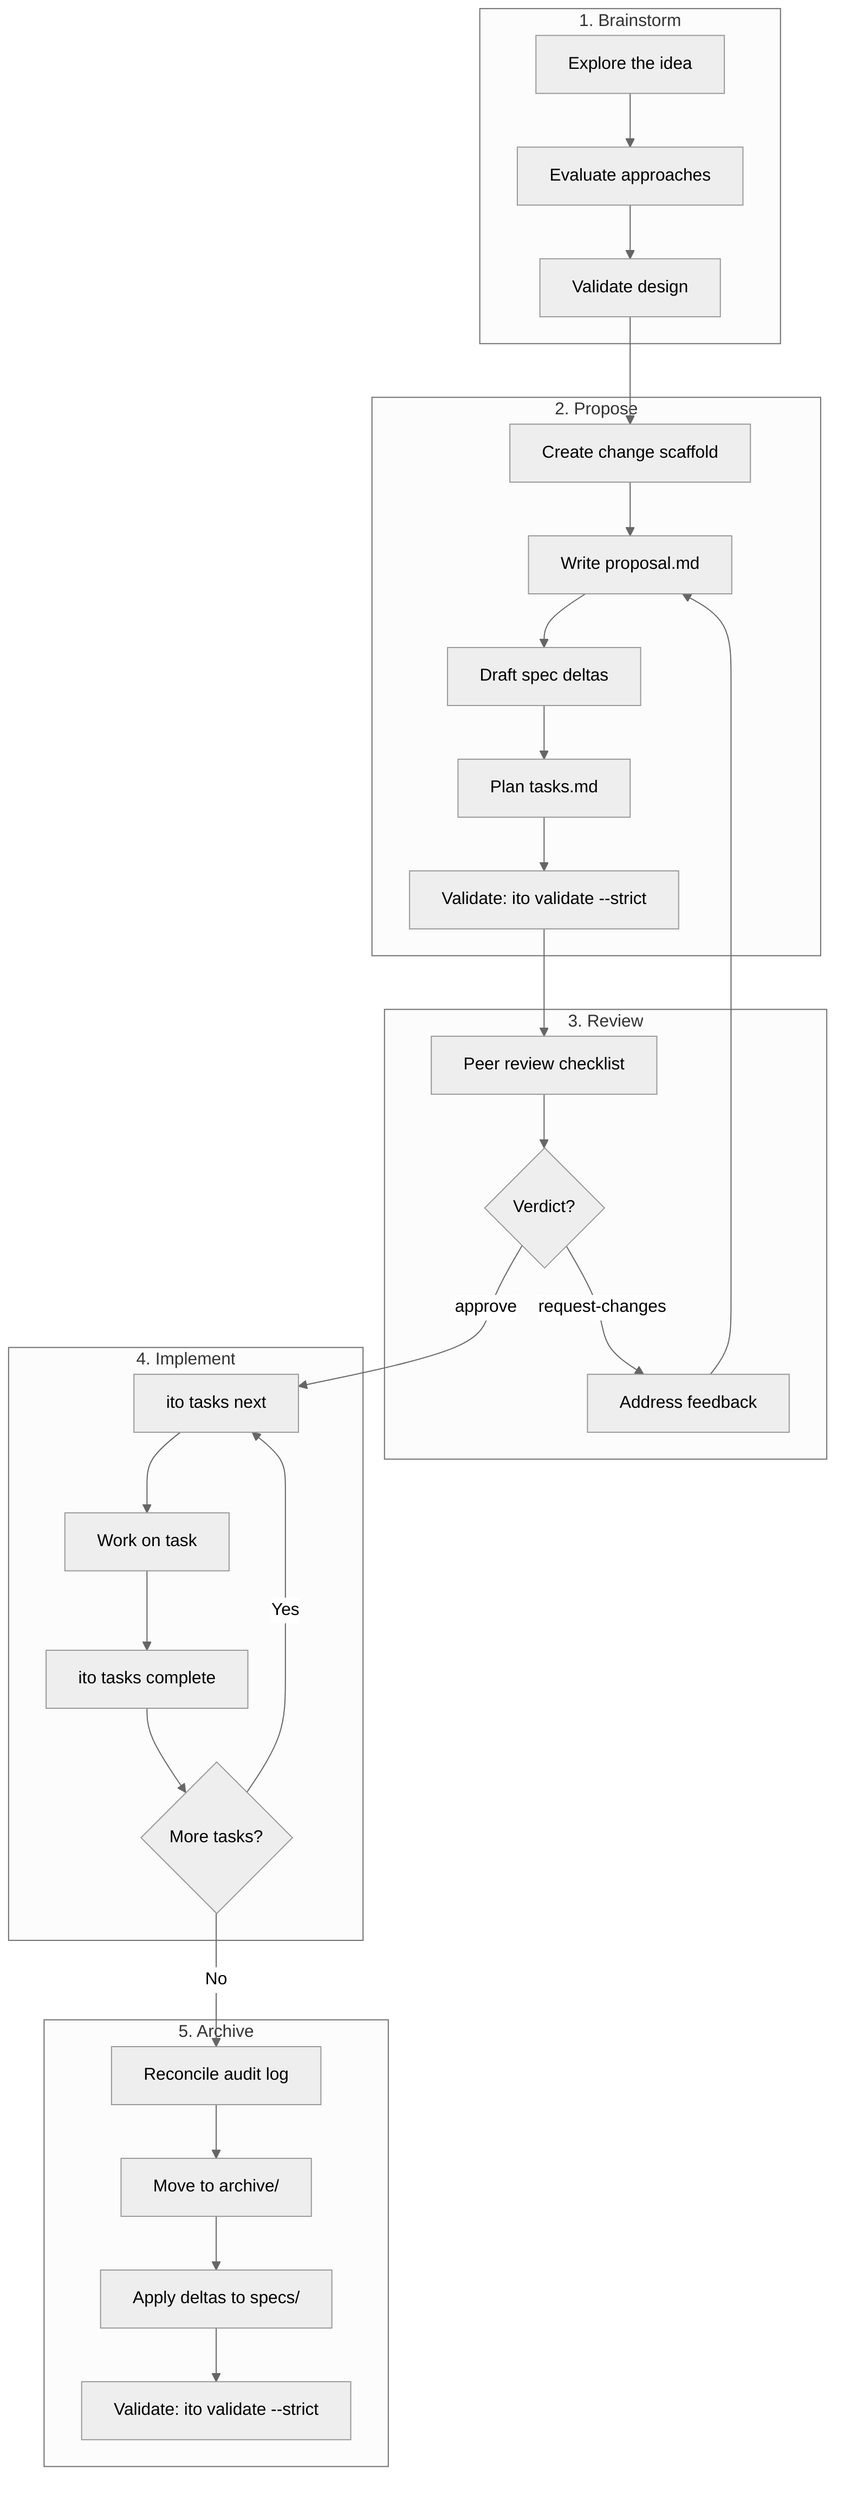
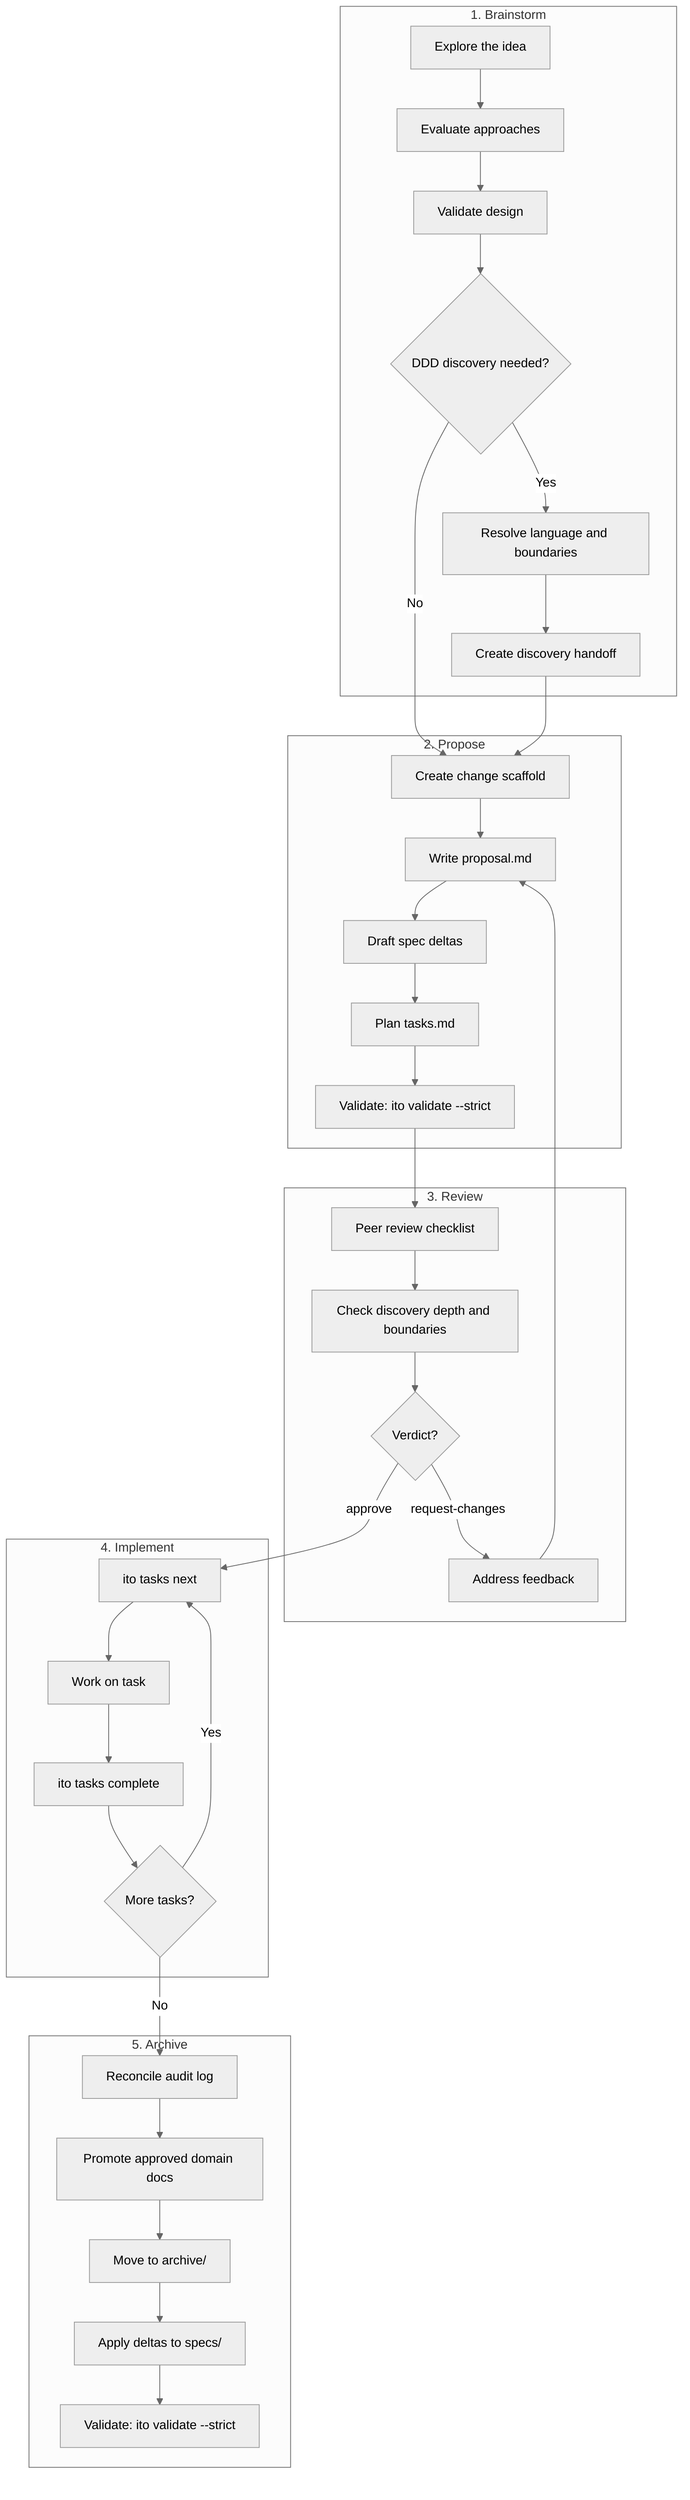
%%{init: {'theme': 'neutral'}}%%
flowchart TD
    subgraph BRAINSTORM["1. Brainstorm"]
        B1[Explore the idea]
        B2[Evaluate approaches]
        B3[Validate design]
+         B4{DDD discovery needed?}
+         B5[Resolve language and boundaries]
+         B6[Create discovery handoff]
    end

    subgraph PROPOSE["2. Propose"]
        P1[Create change scaffold]
        P2[Write proposal.md]
        P3[Draft spec deltas]
        P4[Plan tasks.md]
        P5["Validate: ito validate --strict"]
    end

    subgraph REVIEW["3. Review"]
        R1[Peer review checklist]
-         R2{Verdict?}
-         R3[Address feedback]
+         R2[Check discovery depth and boundaries]
+         R3{Verdict?}
+         R4[Address feedback]
    end

    subgraph IMPLEMENT["4. Implement"]
        I1["ito tasks next"]
        I2[Work on task]
        I3["ito tasks complete"]
        I4{More tasks?}
    end

    subgraph ARCHIVE["5. Archive"]
        A1[Reconcile audit log]
-         A2[Move to archive/]
-         A3[Apply deltas to specs/]
-         A4["Validate: ito validate --strict"]
+         A2[Promote approved domain docs]
+         A3[Move to archive/]
+         A4[Apply deltas to specs/]
+         A5["Validate: ito validate --strict"]
    end

-     B1 --> B2 --> B3
-     B3 --> P1 --> P2 --> P3 --> P4 --> P5
-     P5 --> R1 --> R2
-     R2 -- "approve" --> I1
-     R2 -- "request-changes" --> R3
-     R3 --> P2
+     B1 --> B2 --> B3 --> B4
+     B4 -- "No" --> P1
+     B4 -- "Yes" --> B5 --> B6 --> P1
+     P1 --> P2 --> P3 --> P4 --> P5
+     P5 --> R1 --> R2 --> R3
+     R3 -- "approve" --> I1
+     R3 -- "request-changes" --> R4
+     R4 --> P2
    I1 --> I2 --> I3 --> I4
    I4 -- "Yes" --> I1
    I4 -- "No" --> A1
-     A1 --> A2 --> A3 --> A4
+     A1 --> A2 --> A3 --> A4 --> A5
